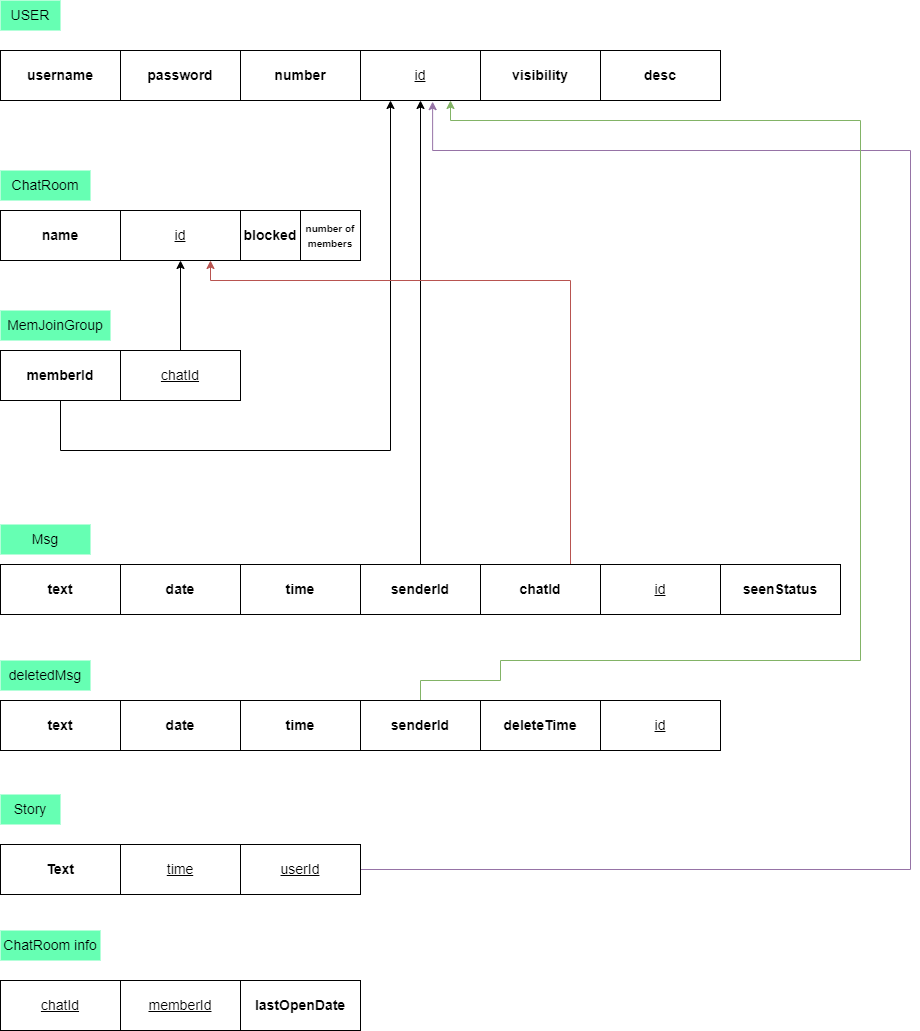
MohamedWalidxX/chatAppProject keeps this draw.io diagram as mySchema/schema.png. Above is the earlier version. Source tidied: cells renumbered, new cells last; positions are measured from the earlier drawing's top-left corner, leaving out a move shared by most shapes. Source of this version:
```xml
<mxGraphModel>
  <root>
    <mxCell id="0" />
    <mxCell id="1" parent="0" />
    <mxCell id="2" value="&lt;font style=&quot;font-size: 14px&quot;&gt;&lt;b&gt;username&lt;/b&gt;&lt;/font&gt;" style="rounded=0;whiteSpace=wrap;html=1;" parent="1" vertex="1">
      <mxGeometry y="50" width="120" height="50" as="geometry" />
    </mxCell>
    <mxCell id="3" value="USER" style="text;html=1;strokeColor=none;fillColor=#66FFB3;align=center;verticalAlign=middle;whiteSpace=wrap;rounded=0;fontSize=14;" parent="1" vertex="1">
      <mxGeometry width="60" height="30" as="geometry" />
    </mxCell>
    <mxCell id="4" value="&lt;font style=&quot;font-size: 14px&quot;&gt;&lt;b&gt;password&lt;/b&gt;&lt;/font&gt;" style="rounded=0;whiteSpace=wrap;html=1;" parent="1" vertex="1">
      <mxGeometry x="120" y="50" width="120" height="50" as="geometry" />
    </mxCell>
    <mxCell id="5" value="&lt;font style=&quot;font-size: 14px&quot;&gt;&lt;b&gt;number&lt;/b&gt;&lt;/font&gt;" style="rounded=0;whiteSpace=wrap;html=1;" parent="1" vertex="1">
      <mxGeometry x="240" y="50" width="120" height="50" as="geometry" />
    </mxCell>
    <mxCell id="6" value="&lt;font style=&quot;font-size: 14px&quot;&gt;&lt;u&gt;id&lt;/u&gt;&lt;/font&gt;" style="rounded=0;whiteSpace=wrap;html=1;" parent="1" vertex="1">
      <mxGeometry x="360" y="50" width="120" height="50" as="geometry" />
    </mxCell>
    <mxCell id="7" value="&lt;font style=&quot;font-size: 14px&quot;&gt;&lt;b&gt;name&lt;/b&gt;&lt;/font&gt;" style="rounded=0;whiteSpace=wrap;html=1;" parent="1" vertex="1">
      <mxGeometry y="210" width="120" height="50" as="geometry" />
    </mxCell>
    <mxCell id="8" value="&lt;font style=&quot;font-size: 14px&quot;&gt;&lt;u&gt;id&lt;/u&gt;&lt;/font&gt;" style="rounded=0;whiteSpace=wrap;html=1;" parent="1" vertex="1">
      <mxGeometry x="120" y="210" width="120" height="50" as="geometry" />
    </mxCell>
    <mxCell id="9" value="ChatRoom" style="text;html=1;strokeColor=none;fillColor=#66FFB3;align=center;verticalAlign=middle;whiteSpace=wrap;rounded=0;fontSize=14;" parent="1" vertex="1">
      <mxGeometry y="170" width="90" height="30" as="geometry" />
    </mxCell>
    <mxCell id="10" value="&lt;font style=&quot;font-size: 14px&quot;&gt;&lt;b&gt;text&lt;/b&gt;&lt;/font&gt;" style="rounded=0;whiteSpace=wrap;html=1;" parent="1" vertex="1">
      <mxGeometry y="564" width="120" height="50" as="geometry" />
    </mxCell>
    <mxCell id="11" value="&lt;font style=&quot;font-size: 14px&quot;&gt;&lt;b&gt;date&lt;/b&gt;&lt;/font&gt;" style="rounded=0;whiteSpace=wrap;html=1;" parent="1" vertex="1">
      <mxGeometry x="120" y="564" width="120" height="50" as="geometry" />
    </mxCell>
    <mxCell id="12" value="Msg" style="text;html=1;strokeColor=none;fillColor=#66FFB3;align=center;verticalAlign=middle;whiteSpace=wrap;rounded=0;fontSize=14;" parent="1" vertex="1">
      <mxGeometry y="524" width="90" height="30" as="geometry" />
    </mxCell>
    <mxCell id="13" value="&lt;font style=&quot;font-size: 14px&quot;&gt;&lt;b&gt;Text&lt;/b&gt;&lt;/font&gt;" style="rounded=0;whiteSpace=wrap;html=1;" parent="1" vertex="1">
      <mxGeometry y="844" width="120" height="50" as="geometry" />
    </mxCell>
    <mxCell id="14" value="Story" style="text;html=1;strokeColor=none;fillColor=#66FFB3;align=center;verticalAlign=middle;whiteSpace=wrap;rounded=0;fontSize=14;" parent="1" vertex="1">
      <mxGeometry y="794" width="60" height="30" as="geometry" />
    </mxCell>
    <mxCell id="15" value="&lt;font style=&quot;font-size: 14px&quot;&gt;&lt;u&gt;time&lt;/u&gt;&lt;/font&gt;" style="rounded=0;whiteSpace=wrap;html=1;" parent="1" vertex="1">
      <mxGeometry x="120" y="844" width="120" height="50" as="geometry" />
    </mxCell>
    <mxCell id="16" style="edgeStyle=orthogonalEdgeStyle;rounded=0;jettySize=auto;html=1;entryX=0.601;entryY=1.023;entryDx=0;entryDy=0;entryPerimeter=0;fillColor=#e1d5e7;strokeColor=#9673a6;" parent="1" edge="1" source="17" target="6">
      <mxGeometry relative="1" as="geometry">
        <Array as="points">
          <mxPoint x="910" y="869" />
          <mxPoint x="910" y="150" />
          <mxPoint x="432" y="150" />
        </Array>
      </mxGeometry>
    </mxCell>
    <mxCell id="17" value="&lt;font style=&quot;font-size: 14px&quot;&gt;&lt;u&gt;userId&lt;/u&gt;&lt;/font&gt;" style="rounded=0;whiteSpace=wrap;html=1;" parent="1" vertex="1">
      <mxGeometry x="240" y="844" width="120" height="50" as="geometry" />
    </mxCell>
    <mxCell id="18" value="&lt;span style=&quot;font-size: 14px&quot;&gt;&lt;u&gt;chatId&lt;/u&gt;&lt;/span&gt;" style="rounded=0;whiteSpace=wrap;html=1;" parent="1" vertex="1">
      <mxGeometry y="980" width="120" height="50" as="geometry" />
    </mxCell>
    <mxCell id="19" value="ChatRoom info" style="text;html=1;strokeColor=none;fillColor=#66FFB3;align=center;verticalAlign=middle;whiteSpace=wrap;rounded=0;fontSize=14;" parent="1" vertex="1">
      <mxGeometry y="930" width="100" height="30" as="geometry" />
    </mxCell>
    <mxCell id="20" value="&lt;span style=&quot;font-size: 14px&quot;&gt;&lt;u&gt;memberId&lt;/u&gt;&lt;/span&gt;" style="rounded=0;whiteSpace=wrap;html=1;" parent="1" vertex="1">
      <mxGeometry x="120" y="980" width="120" height="50" as="geometry" />
    </mxCell>
    <mxCell id="21" value="&lt;span style=&quot;font-size: 14px&quot;&gt;&lt;b&gt;lastOpenDate&lt;/b&gt;&lt;/span&gt;" style="rounded=0;whiteSpace=wrap;html=1;" parent="1" vertex="1">
      <mxGeometry x="240" y="980" width="120" height="50" as="geometry" />
    </mxCell>
    <mxCell id="22" style="edgeStyle=orthogonalEdgeStyle;rounded=0;jettySize=auto;html=1;entryX=0.25;entryY=1;entryDx=0;entryDy=0;" parent="1" edge="1" source="23" target="6">
      <mxGeometry relative="1" as="geometry">
        <Array as="points">
          <mxPoint x="60" y="450" />
          <mxPoint x="390" y="450" />
        </Array>
      </mxGeometry>
    </mxCell>
    <mxCell id="23" value="&lt;font style=&quot;font-size: 14px&quot;&gt;&lt;b&gt;memberId&lt;/b&gt;&lt;/font&gt;" style="rounded=0;whiteSpace=wrap;html=1;" parent="1" vertex="1">
      <mxGeometry y="350" width="120" height="50" as="geometry" />
    </mxCell>
    <mxCell id="24" style="edgeStyle=orthogonalEdgeStyle;rounded=0;jettySize=auto;html=1;" parent="1" edge="1" source="25" target="8">
      <mxGeometry relative="1" as="geometry" />
    </mxCell>
    <mxCell id="25" value="&lt;font style=&quot;font-size: 14px&quot;&gt;&lt;u&gt;chatId&lt;/u&gt;&lt;/font&gt;" style="rounded=0;whiteSpace=wrap;html=1;" parent="1" vertex="1">
      <mxGeometry x="120" y="350" width="120" height="50" as="geometry" />
    </mxCell>
    <mxCell id="26" value="MemJoinGroup" style="text;html=1;strokeColor=none;fillColor=#66FFB3;align=center;verticalAlign=middle;whiteSpace=wrap;rounded=0;fontSize=14;" parent="1" vertex="1">
      <mxGeometry y="310" width="110" height="30" as="geometry" />
    </mxCell>
    <mxCell id="27" value="&lt;font style=&quot;font-size: 14px&quot;&gt;&lt;b&gt;time&lt;/b&gt;&lt;/font&gt;" style="rounded=0;whiteSpace=wrap;html=1;" parent="1" vertex="1">
      <mxGeometry x="240" y="564" width="120" height="50" as="geometry" />
    </mxCell>
    <mxCell id="28" value="&lt;font style=&quot;font-size: 14px&quot;&gt;&lt;u&gt;id&lt;/u&gt;&lt;/font&gt;" style="rounded=0;whiteSpace=wrap;html=1;" parent="1" vertex="1">
      <mxGeometry x="600" y="564" width="120" height="50" as="geometry" />
    </mxCell>
    <mxCell id="29" style="edgeStyle=orthogonalEdgeStyle;rounded=0;jettySize=auto;html=1;exitX=0.5;exitY=0;exitDx=0;exitDy=0;entryX=0.5;entryY=1;entryDx=0;entryDy=0;" parent="1" edge="1" source="30" target="6">
      <mxGeometry relative="1" as="geometry" />
    </mxCell>
    <mxCell id="30" value="&lt;span style=&quot;font-size: 14px&quot;&gt;&lt;b&gt;senderId&lt;/b&gt;&lt;/span&gt;" style="rounded=0;whiteSpace=wrap;html=1;" parent="1" vertex="1">
      <mxGeometry x="360" y="564" width="120" height="50" as="geometry" />
    </mxCell>
    <mxCell id="31" value="&lt;font style=&quot;font-size: 14px&quot;&gt;&lt;b&gt;text&lt;/b&gt;&lt;/font&gt;" style="rounded=0;whiteSpace=wrap;html=1;" parent="1" vertex="1">
      <mxGeometry y="700" width="120" height="50" as="geometry" />
    </mxCell>
    <mxCell id="32" value="&lt;font style=&quot;font-size: 14px&quot;&gt;&lt;b&gt;date&lt;/b&gt;&lt;/font&gt;" style="rounded=0;whiteSpace=wrap;html=1;" parent="1" vertex="1">
      <mxGeometry x="120" y="700" width="120" height="50" as="geometry" />
    </mxCell>
    <mxCell id="33" value="deletedMsg" style="text;html=1;strokeColor=none;fillColor=#66FFB3;align=center;verticalAlign=middle;whiteSpace=wrap;rounded=0;fontSize=14;" parent="1" vertex="1">
      <mxGeometry y="660" width="90" height="30" as="geometry" />
    </mxCell>
    <mxCell id="34" value="&lt;font style=&quot;font-size: 14px&quot;&gt;&lt;b&gt;time&lt;/b&gt;&lt;/font&gt;" style="rounded=0;whiteSpace=wrap;html=1;" parent="1" vertex="1">
      <mxGeometry x="240" y="700" width="120" height="50" as="geometry" />
    </mxCell>
    <mxCell id="35" value="&lt;font style=&quot;font-size: 14px&quot;&gt;&lt;u&gt;id&lt;/u&gt;&lt;/font&gt;" style="rounded=0;whiteSpace=wrap;html=1;" parent="1" vertex="1">
      <mxGeometry x="600" y="700" width="120" height="50" as="geometry" />
    </mxCell>
    <mxCell id="36" style="edgeStyle=orthogonalEdgeStyle;rounded=0;jettySize=auto;html=1;exitX=0.5;exitY=0;exitDx=0;exitDy=0;entryX=0.75;entryY=1;entryDx=0;entryDy=0;fillColor=#d5e8d4;strokeColor=#82b366;" parent="1" edge="1" source="37" target="6">
      <mxGeometry relative="1" as="geometry">
        <Array as="points">
          <mxPoint x="420" y="680" />
          <mxPoint x="500" y="680" />
          <mxPoint x="500" y="660" />
          <mxPoint x="860" y="660" />
          <mxPoint x="860" y="120" />
          <mxPoint x="450" y="120" />
        </Array>
      </mxGeometry>
    </mxCell>
    <mxCell id="37" value="&lt;span style=&quot;font-size: 14px&quot;&gt;&lt;b&gt;senderId&lt;/b&gt;&lt;/span&gt;" style="rounded=0;whiteSpace=wrap;html=1;" parent="1" vertex="1">
      <mxGeometry x="360" y="700" width="120" height="50" as="geometry" />
    </mxCell>
    <mxCell id="38" value="&lt;font style=&quot;font-size: 14px&quot;&gt;&lt;b&gt;deleteTime&lt;/b&gt;&lt;/font&gt;" style="rounded=0;whiteSpace=wrap;html=1;" parent="1" vertex="1">
      <mxGeometry x="480" y="700" width="120" height="50" as="geometry" />
    </mxCell>
    <mxCell id="39" style="edgeStyle=orthogonalEdgeStyle;rounded=0;jettySize=auto;html=1;entryX=0.75;entryY=1;entryDx=0;entryDy=0;fillColor=#f8cecc;strokeColor=#b85450;" parent="1" edge="1" source="40" target="8">
      <mxGeometry relative="1" as="geometry">
        <Array as="points">
          <mxPoint x="570" y="280" />
          <mxPoint x="210" y="280" />
        </Array>
      </mxGeometry>
    </mxCell>
    <mxCell id="40" value="&lt;span style=&quot;font-size: 14px&quot;&gt;&lt;b&gt;chatId&lt;/b&gt;&lt;/span&gt;" style="rounded=0;whiteSpace=wrap;html=1;" parent="1" vertex="1">
      <mxGeometry x="480" y="564" width="120" height="50" as="geometry" />
    </mxCell>
    <mxCell id="41" value="&lt;font style=&quot;font-size: 14px&quot;&gt;&lt;b&gt;visibility&lt;/b&gt;&lt;/font&gt;" style="rounded=0;whiteSpace=wrap;html=1;" parent="1" vertex="1">
      <mxGeometry x="480" y="50" width="120" height="50" as="geometry" />
    </mxCell>
    <mxCell id="42" value="&lt;span style=&quot;font-size: 14px&quot;&gt;&lt;b&gt;desc&lt;/b&gt;&lt;/span&gt;" style="rounded=0;whiteSpace=wrap;html=1;" parent="1" vertex="1">
      <mxGeometry x="600" y="50" width="120" height="50" as="geometry" />
    </mxCell>
    <mxCell id="43" value="&lt;font style=&quot;font-size: 14px&quot;&gt;&lt;b&gt;blocked&lt;/b&gt;&lt;/font&gt;" style="rounded=0;whiteSpace=wrap;html=1;" parent="1" vertex="1">
      <mxGeometry x="240" y="210" width="60" height="50" as="geometry" />
    </mxCell>
    <mxCell id="44" value="&lt;font style=&quot;font-size: 10px&quot;&gt;&lt;b&gt;number of members&lt;/b&gt;&lt;/font&gt;" style="rounded=0;whiteSpace=wrap;html=1;" parent="1" vertex="1">
      <mxGeometry x="300" y="210" width="60" height="50" as="geometry" />
    </mxCell>
    <mxCell id="45" value="&lt;span style=&quot;font-size: 14px&quot;&gt;&lt;b&gt;seenStatus&lt;/b&gt;&lt;/span&gt;" style="rounded=0;whiteSpace=wrap;html=1;" parent="1" vertex="1">
      <mxGeometry x="720" y="564" width="120" height="50" as="geometry" />
    </mxCell>
  </root>
</mxGraphModel>
```
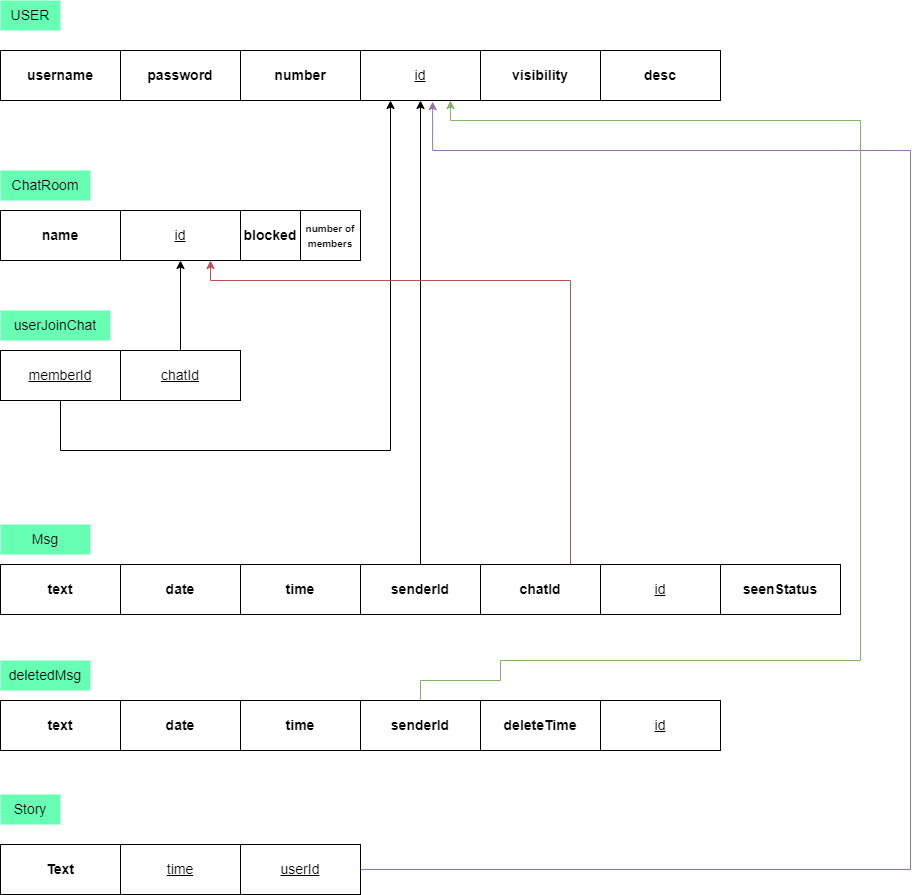
The same diagram one commit later.

What changed in the source:
```diff
@@ -56,18 +56,6 @@
     <mxCell id="17" value="&lt;font style=&quot;font-size: 14px&quot;&gt;&lt;u&gt;userId&lt;/u&gt;&lt;/font&gt;" style="rounded=0;whiteSpace=wrap;html=1;" parent="1" vertex="1">
       <mxGeometry x="240" y="844" width="120" height="50" as="geometry" />
     </mxCell>
-    <mxCell id="18" value="&lt;span style=&quot;font-size: 14px&quot;&gt;&lt;u&gt;chatId&lt;/u&gt;&lt;/span&gt;" style="rounded=0;whiteSpace=wrap;html=1;" parent="1" vertex="1">
-      <mxGeometry y="980" width="120" height="50" as="geometry" />
-    </mxCell>
-    <mxCell id="19" value="ChatRoom info" style="text;html=1;strokeColor=none;fillColor=#66FFB3;align=center;verticalAlign=middle;whiteSpace=wrap;rounded=0;fontSize=14;" parent="1" vertex="1">
-      <mxGeometry y="930" width="100" height="30" as="geometry" />
-    </mxCell>
-    <mxCell id="20" value="&lt;span style=&quot;font-size: 14px&quot;&gt;&lt;u&gt;memberId&lt;/u&gt;&lt;/span&gt;" style="rounded=0;whiteSpace=wrap;html=1;" parent="1" vertex="1">
-      <mxGeometry x="120" y="980" width="120" height="50" as="geometry" />
-    </mxCell>
-    <mxCell id="21" value="&lt;span style=&quot;font-size: 14px&quot;&gt;&lt;b&gt;lastOpenDate&lt;/b&gt;&lt;/span&gt;" style="rounded=0;whiteSpace=wrap;html=1;" parent="1" vertex="1">
-      <mxGeometry x="240" y="980" width="120" height="50" as="geometry" />
-    </mxCell>
     <mxCell id="22" style="edgeStyle=orthogonalEdgeStyle;rounded=0;jettySize=auto;html=1;entryX=0.25;entryY=1;entryDx=0;entryDy=0;" parent="1" edge="1" source="23" target="6">
       <mxGeometry relative="1" as="geometry">
         <Array as="points">
@@ -76,7 +64,7 @@
         </Array>
       </mxGeometry>
     </mxCell>
-    <mxCell id="23" value="&lt;font style=&quot;font-size: 14px&quot;&gt;&lt;b&gt;memberId&lt;/b&gt;&lt;/font&gt;" style="rounded=0;whiteSpace=wrap;html=1;" parent="1" vertex="1">
+    <mxCell id="23" value="&lt;font style=&quot;font-size: 14px&quot;&gt;&lt;u&gt;memberId&lt;/u&gt;&lt;/font&gt;" style="rounded=0;whiteSpace=wrap;html=1;" parent="1" vertex="1">
       <mxGeometry y="350" width="120" height="50" as="geometry" />
     </mxCell>
     <mxCell id="24" style="edgeStyle=orthogonalEdgeStyle;rounded=0;jettySize=auto;html=1;" parent="1" edge="1" source="25" target="8">
@@ -85,7 +73,7 @@
     <mxCell id="25" value="&lt;font style=&quot;font-size: 14px&quot;&gt;&lt;u&gt;chatId&lt;/u&gt;&lt;/font&gt;" style="rounded=0;whiteSpace=wrap;html=1;" parent="1" vertex="1">
       <mxGeometry x="120" y="350" width="120" height="50" as="geometry" />
     </mxCell>
-    <mxCell id="26" value="MemJoinGroup" style="text;html=1;strokeColor=none;fillColor=#66FFB3;align=center;verticalAlign=middle;whiteSpace=wrap;rounded=0;fontSize=14;" parent="1" vertex="1">
+    <mxCell id="26" value="userJoinChat" style="text;html=1;strokeColor=none;fillColor=#66FFB3;align=center;verticalAlign=middle;whiteSpace=wrap;rounded=0;fontSize=14;" parent="1" vertex="1">
       <mxGeometry y="310" width="110" height="30" as="geometry" />
     </mxCell>
     <mxCell id="27" value="&lt;font style=&quot;font-size: 14px&quot;&gt;&lt;b&gt;time&lt;/b&gt;&lt;/font&gt;" style="rounded=0;whiteSpace=wrap;html=1;" parent="1" vertex="1">
```
